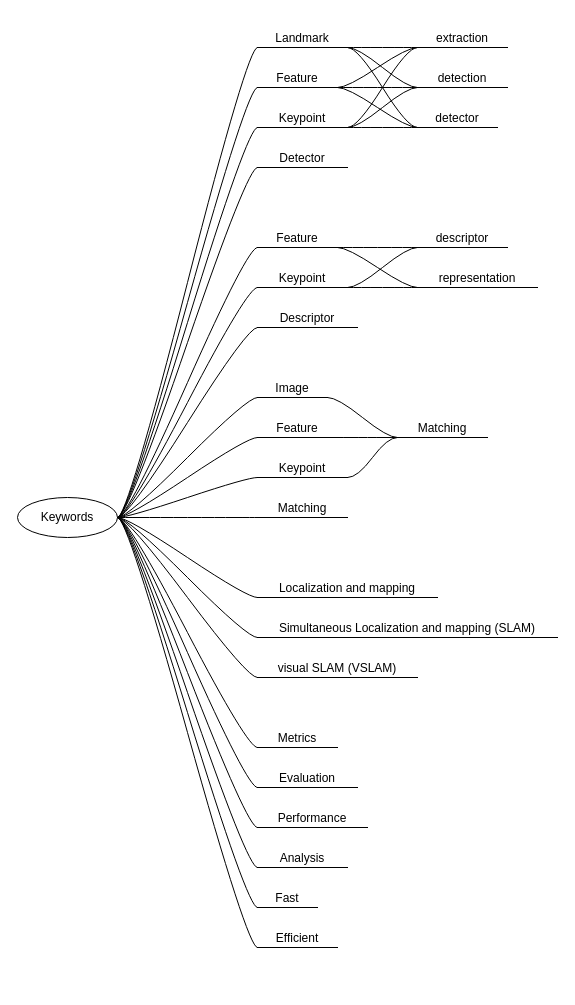
Before: page "keywords" (1 of 6) of research-and-develpment-feature-descriptors.drawio in harleylara/research-and-development-ws23, a draw.io diagram. Source tidied: cells renumbered, new cells numbered last; positions are measured from the earlier drawing's top-left corner, leaving out a move shared by most shapes. Both pictures are drawn from the tidied source at 100%, with x=0, y=0 at pixel (17, 17).
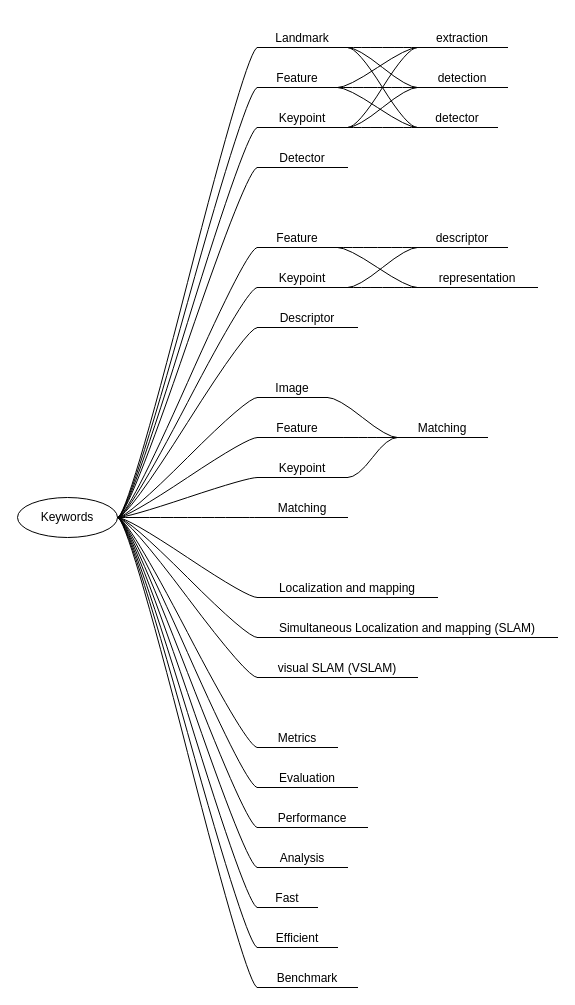
Above is the later version.

Unchanged cells that the change refers to:
```xml
<mxCell id="2" value="Keywords" style="ellipse;whiteSpace=wrap;html=1;align=center;newEdgeStyle={&quot;edgeStyle&quot;:&quot;entityRelationEdgeStyle&quot;,&quot;startArrow&quot;:&quot;none&quot;,&quot;endArrow&quot;:&quot;none&quot;,&quot;segment&quot;:10,&quot;curved&quot;:1,&quot;sourcePerimeterSpacing&quot;:0,&quot;targetPerimeterSpacing&quot;:0};" parent="1" vertex="1">
  <mxGeometry y="480" width="100" height="40" as="geometry" />
</mxCell>
```

Diff of the diagram source:
```diff
@@
+    <mxCell id="65" value="Benchmark" style="whiteSpace=wrap;html=1;shape=partialRectangle;top=0;left=0;bottom=1;right=0;points=[[0,1],[1,1]];fillColor=none;align=center;verticalAlign=bottom;routingCenterY=0.5;snapToPoint=1;newEdgeStyle={&quot;edgeStyle&quot;:&quot;entityRelationEdgeStyle&quot;,&quot;startArrow&quot;:&quot;none&quot;,&quot;endArrow&quot;:&quot;none&quot;,&quot;segment&quot;:10,&quot;curved&quot;:1,&quot;sourcePerimeterSpacing&quot;:0,&quot;targetPerimeterSpacing&quot;:0};" parent="1" vertex="1">
+      <mxGeometry x="240" y="940" width="100" height="30" as="geometry" />
+    </mxCell>
+    <mxCell id="66" style="edgeStyle=entityRelationEdgeStyle;startArrow=none;endArrow=none;segment=10;curved=1;sourcePerimeterSpacing=0;targetPerimeterSpacing=0;rounded=0;exitX=1;exitY=0.5;exitDx=0;exitDy=0;" parent="1" edge="1" source="2" target="65">
+      <mxGeometry relative="1" as="geometry" />
+    </mxCell>
```
